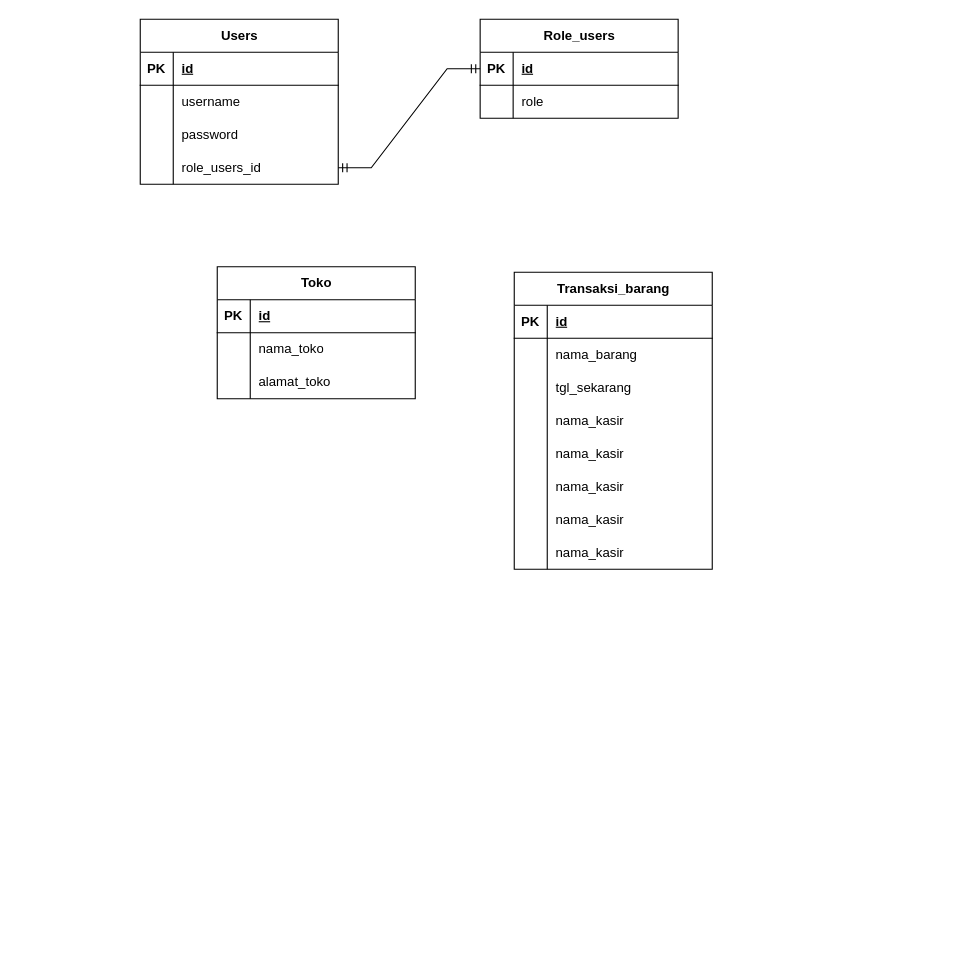
Before: Untitled Diagram.drawio in haturnuhun/learngit, a draw.io diagram. Source tidied: cells renumbered, new cells numbered last; positions are measured from the earlier drawing's top-left corner, leaving out a move shared by most shapes. Both pictures are drawn from the tidied source at 110%, with x=0, y=0 at pixel (140, 19).
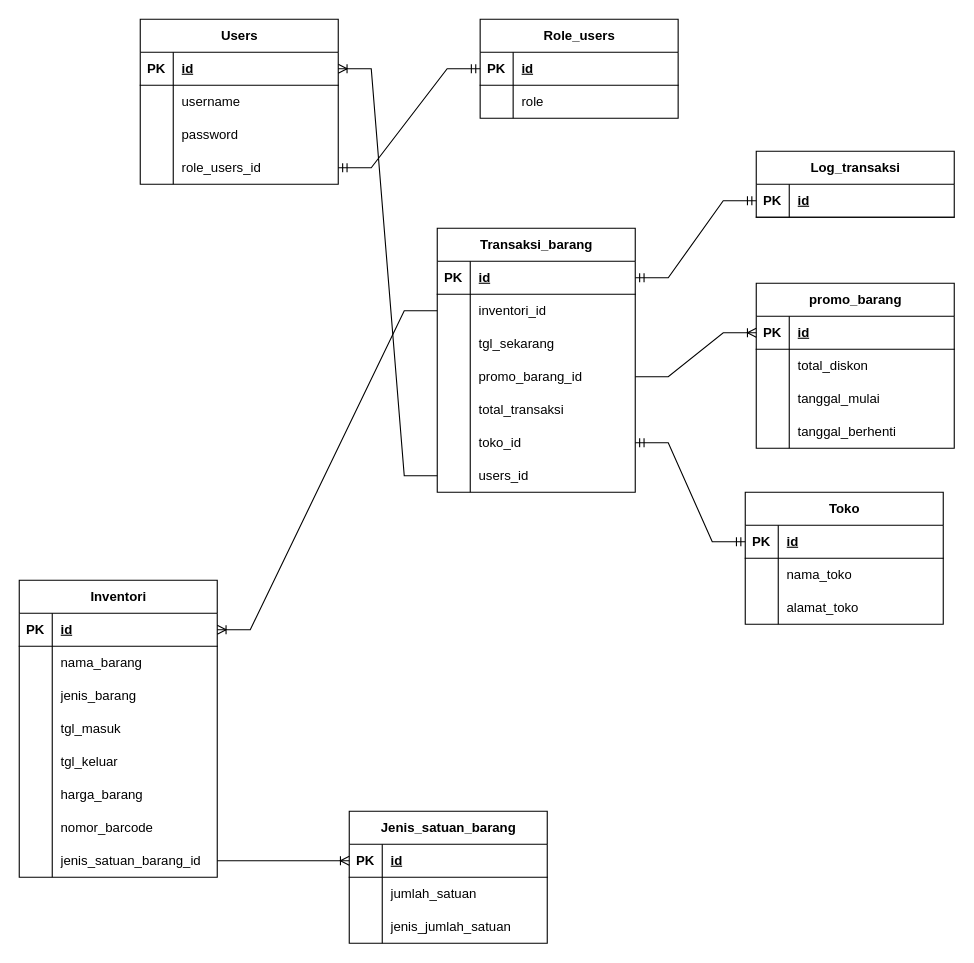
After the change.

Unchanged cells that the change refers to:
```xml
<mxCell id="3" style="shape=tableRow;horizontal=0;startSize=0;swimlaneHead=0;swimlaneBody=0;fillColor=none;points=[[0,0.5],[1,0.5]];portConstraint=eastwest;top=0;left=0;right=0;bottom=1;" parent="2" vertex="1">
  <mxGeometry y="30" width="180" height="30" as="geometry" />
</mxCell>
<mxCell id="23" style="shape=tableRow;horizontal=0;startSize=0;swimlaneHead=0;swimlaneBody=0;fillColor=none;points=[[0,0.5],[1,0.5]];portConstraint=eastwest;top=0;left=0;right=0;bottom=1;" parent="22" vertex="1">
  <mxGeometry y="30" width="180" height="30" as="geometry" />
</mxCell>
<mxCell id="34" style="shape=tableRow;horizontal=0;startSize=0;swimlaneHead=0;swimlaneBody=0;fillColor=none;points=[[0,0.5],[1,0.5]];portConstraint=eastwest;top=0;left=0;right=0;bottom=1;" parent="33" vertex="1">
  <mxGeometry y="30" width="180" height="30" as="geometry" />
</mxCell>
<mxCell id="37" style="shape=tableRow;horizontal=0;startSize=0;swimlaneHead=0;swimlaneBody=0;fillColor=none;points=[[0,0.5],[1,0.5]];portConstraint=eastwest;top=0;left=0;right=0;bottom=0;" parent="33" vertex="1">
  <mxGeometry y="60" width="180" height="30" as="geometry" />
</mxCell>
```

Diff of the diagram source:
```diff
@@
     <mxCell id="22" value="Toko" style="shape=table;startSize=30;childLayout=tableLayout;rowLines=0;fontStyle=1;align=center;html=1;" parent="1" vertex="1">
-      <mxGeometry x="70" y="225" width="180" height="120" as="geometry" />
+      <mxGeometry x="550" y="430" width="180" height="120" as="geometry" />
     </mxCell>
@@
     <mxCell id="33" value="Transaksi_barang" style="shape=table;startSize=30;childLayout=tableLayout;rowLines=0;fontStyle=1;align=center;html=1;" parent="1" vertex="1">
-      <mxGeometry x="340" y="230" width="180" height="270" as="geometry" />
+      <mxGeometry x="270" y="190" width="180" height="240" as="geometry" />
     </mxCell>
@@
-    <mxCell id="39" value="nama_barang" style="shape=partialRectangle;fillColor=none;top=0;left=0;bottom=0;right=0;align=left;spacingLeft=6;overflow=hidden;whiteSpace=wrap;html=1;" parent="37" vertex="1">
+    <mxCell id="39" value="inventori_id" style="shape=partialRectangle;fillColor=none;top=0;left=0;bottom=0;right=0;align=left;spacingLeft=6;overflow=hidden;whiteSpace=wrap;html=1;" parent="37" vertex="1">
       <mxGeometry x="30" width="150" height="30" as="geometry" />
     </mxCell>
@@
-    <mxCell id="43" style="shape=tableRow;horizontal=0;startSize=0;swimlaneHead=0;swimlaneBody=0;fillColor=none;top=0;left=0;right=0;bottom=0;" parent="33" vertex="1">
-      <mxGeometry y="120" width="180" height="30" as="geometry" />
-    </mxCell>
-    <mxCell id="44" style="shape=partialRectangle;fillColor=none;top=0;left=0;bottom=0;right=0;overflow=hidden;whiteSpace=wrap;html=1;" parent="43" vertex="1">
-      <mxGeometry width="30" height="30" as="geometry" />
-    </mxCell>
-    <mxCell id="45" value="nama_kasir" style="shape=partialRectangle;fillColor=none;top=0;left=0;bottom=0;right=0;align=left;spacingLeft=6;overflow=hidden;whiteSpace=wrap;html=1;" parent="43" vertex="1">
-      <mxGeometry x="30" width="150" height="30" as="geometry" />
-    </mxCell>
     <mxCell id="46" style="shape=tableRow;horizontal=0;startSize=0;swimlaneHead=0;swimlaneBody=0;fillColor=none;points=[[0,0.5],[1,0.5]];portConstraint=eastwest;top=0;left=0;right=0;bottom=0;" parent="33" vertex="1">
-      <mxGeometry y="150" width="180" height="30" as="geometry" />
+      <mxGeometry y="120" width="180" height="30" as="geometry" />
     </mxCell>
@@
-    <mxCell id="48" value="nama_kasir" style="shape=partialRectangle;fillColor=none;top=0;left=0;bottom=0;right=0;align=left;spacingLeft=6;overflow=hidden;whiteSpace=wrap;html=1;" parent="46" vertex="1">
+    <mxCell id="48" value="promo_barang_id" style="shape=partialRectangle;fillColor=none;top=0;left=0;bottom=0;right=0;align=left;spacingLeft=6;overflow=hidden;whiteSpace=wrap;html=1;" parent="46" vertex="1">
       <mxGeometry x="30" width="150" height="30" as="geometry" />
     </mxCell>
-    <mxCell id="49" style="shape=tableRow;horizontal=0;startSize=0;swimlaneHead=0;swimlaneBody=0;fillColor=none;top=0;left=0;right=0;bottom=0;" parent="33" vertex="1">
-      <mxGeometry y="180" width="180" height="30" as="geometry" />
-    </mxCell>
-    <mxCell id="50" style="shape=partialRectangle;fillColor=none;top=0;left=0;bottom=0;right=0;overflow=hidden;whiteSpace=wrap;html=1;" parent="49" vertex="1">
-      <mxGeometry width="30" height="30" as="geometry" />
-    </mxCell>
-    <mxCell id="51" value="nama_kasir" style="shape=partialRectangle;fillColor=none;top=0;left=0;bottom=0;right=0;align=left;spacingLeft=6;overflow=hidden;whiteSpace=wrap;html=1;" parent="49" vertex="1">
-      <mxGeometry x="30" width="150" height="30" as="geometry" />
-    </mxCell>
     <mxCell id="52" style="shape=tableRow;horizontal=0;startSize=0;swimlaneHead=0;swimlaneBody=0;fillColor=none;top=0;left=0;right=0;bottom=0;" parent="33" vertex="1">
-      <mxGeometry y="210" width="180" height="30" as="geometry" />
+      <mxGeometry y="150" width="180" height="30" as="geometry" />
     </mxCell>
@@
-    <mxCell id="54" value="nama_kasir" style="shape=partialRectangle;fillColor=none;top=0;left=0;bottom=0;right=0;align=left;spacingLeft=6;overflow=hidden;whiteSpace=wrap;html=1;" parent="52" vertex="1">
+    <mxCell id="54" value="total_transaksi" style="shape=partialRectangle;fillColor=none;top=0;left=0;bottom=0;right=0;align=left;spacingLeft=6;overflow=hidden;whiteSpace=wrap;html=1;" parent="52" vertex="1">
       <mxGeometry x="30" width="150" height="30" as="geometry" />
     </mxCell>
+    <mxCell id="58" style="shape=tableRow;horizontal=0;startSize=0;swimlaneHead=0;swimlaneBody=0;fillColor=none;points=[[0,0.5],[1,0.5]];portConstraint=eastwest;top=0;left=0;right=0;bottom=0;" parent="33" vertex="1">
+      <mxGeometry y="180" width="180" height="30" as="geometry" />
+    </mxCell>
+    <mxCell id="59" style="shape=partialRectangle;fillColor=none;top=0;left=0;bottom=0;right=0;overflow=hidden;whiteSpace=wrap;html=1;" parent="58" vertex="1">
+      <mxGeometry width="30" height="30" as="geometry" />
+    </mxCell>
+    <mxCell id="60" value="toko_id" style="shape=partialRectangle;fillColor=none;top=0;left=0;bottom=0;right=0;align=left;spacingLeft=6;overflow=hidden;whiteSpace=wrap;html=1;" parent="58" vertex="1">
+      <mxGeometry x="30" width="150" height="30" as="geometry" />
+    </mxCell>
+    <mxCell id="61" style="shape=tableRow;horizontal=0;startSize=0;swimlaneHead=0;swimlaneBody=0;fillColor=none;points=[[0,0.5],[1,0.5]];portConstraint=eastwest;top=0;left=0;right=0;bottom=0;" parent="33" vertex="1">
+      <mxGeometry y="210" width="180" height="30" as="geometry" />
+    </mxCell>
+    <mxCell id="62" style="shape=partialRectangle;fillColor=none;top=0;left=0;bottom=0;right=0;overflow=hidden;whiteSpace=wrap;html=1;" parent="61" vertex="1">
+      <mxGeometry width="30" height="30" as="geometry" />
+    </mxCell>
+    <mxCell id="63" value="users_id" style="shape=partialRectangle;fillColor=none;top=0;left=0;bottom=0;right=0;align=left;spacingLeft=6;overflow=hidden;whiteSpace=wrap;html=1;" parent="61" vertex="1">
+      <mxGeometry x="30" width="150" height="30" as="geometry" />
+    </mxCell>
+    <mxCell id="64" style="edgeStyle=entityRelationEdgeStyle;fontSize=12;html=1;endArrow=ERmandOne;startArrow=ERmandOne;rounded=0;" parent="1" edge="1" source="23" target="58">
+      <mxGeometry relative="1" as="geometry" />
+    </mxCell>
+    <mxCell id="65" value="Inventori" style="shape=table;startSize=30;childLayout=tableLayout;rowLines=0;fontStyle=1;align=center;html=1;" parent="1" vertex="1">
+      <mxGeometry x="-110" y="510" width="180" height="270" as="geometry" />
+    </mxCell>
+    <mxCell id="66" style="shape=tableRow;horizontal=0;startSize=0;swimlaneHead=0;swimlaneBody=0;fillColor=none;points=[[0,0.5],[1,0.5]];portConstraint=eastwest;top=0;left=0;right=0;bottom=1;" parent="65" vertex="1">
+      <mxGeometry y="30" width="180" height="30" as="geometry" />
+    </mxCell>
+    <mxCell id="67" value="PK" style="shape=partialRectangle;fillColor=none;top=0;left=0;bottom=0;right=0;fontStyle=1;overflow=hidden;whiteSpace=wrap;html=1;" parent="66" vertex="1">
+      <mxGeometry width="30" height="30" as="geometry" />
+    </mxCell>
+    <mxCell id="68" value="id" style="shape=partialRectangle;fillColor=none;top=0;left=0;bottom=0;right=0;align=left;spacingLeft=6;fontStyle=5;overflow=hidden;whiteSpace=wrap;html=1;" parent="66" vertex="1">
+      <mxGeometry x="30" width="150" height="30" as="geometry" />
+    </mxCell>
+    <mxCell id="69" style="shape=tableRow;horizontal=0;startSize=0;swimlaneHead=0;swimlaneBody=0;fillColor=none;top=0;left=0;right=0;bottom=0;" parent="65" vertex="1">
+      <mxGeometry y="60" width="180" height="30" as="geometry" />
+    </mxCell>
+    <mxCell id="70" style="shape=partialRectangle;fillColor=none;top=0;left=0;bottom=0;right=0;overflow=hidden;whiteSpace=wrap;html=1;" parent="69" vertex="1">
+      <mxGeometry width="30" height="30" as="geometry" />
+    </mxCell>
+    <mxCell id="71" value="nama_barang" style="shape=partialRectangle;fillColor=none;top=0;left=0;bottom=0;right=0;align=left;spacingLeft=6;overflow=hidden;whiteSpace=wrap;html=1;" parent="69" vertex="1">
+      <mxGeometry x="30" width="150" height="30" as="geometry" />
+    </mxCell>
+    <mxCell id="72" style="shape=tableRow;horizontal=0;startSize=0;swimlaneHead=0;swimlaneBody=0;fillColor=none;top=0;left=0;right=0;bottom=0;" parent="65" vertex="1">
+      <mxGeometry y="90" width="180" height="30" as="geometry" />
+    </mxCell>
+    <mxCell id="73" style="shape=partialRectangle;fillColor=none;top=0;left=0;bottom=0;right=0;overflow=hidden;whiteSpace=wrap;html=1;" parent="72" vertex="1">
+      <mxGeometry width="30" height="30" as="geometry" />
+    </mxCell>
+    <mxCell id="74" value="jenis_barang" style="shape=partialRectangle;fillColor=none;top=0;left=0;bottom=0;right=0;align=left;spacingLeft=6;overflow=hidden;whiteSpace=wrap;html=1;" parent="72" vertex="1">
+      <mxGeometry x="30" width="150" height="30" as="geometry" />
+    </mxCell>
+    <mxCell id="75" style="shape=tableRow;horizontal=0;startSize=0;swimlaneHead=0;swimlaneBody=0;fillColor=none;top=0;left=0;right=0;bottom=0;" parent="65" vertex="1">
+      <mxGeometry y="120" width="180" height="30" as="geometry" />
+    </mxCell>
+    <mxCell id="76" style="shape=partialRectangle;fillColor=none;top=0;left=0;bottom=0;right=0;overflow=hidden;whiteSpace=wrap;html=1;" parent="75" vertex="1">
+      <mxGeometry width="30" height="30" as="geometry" />
+    </mxCell>
+    <mxCell id="77" value="tgl_masuk" style="shape=partialRectangle;fillColor=none;top=0;left=0;bottom=0;right=0;align=left;spacingLeft=6;overflow=hidden;whiteSpace=wrap;html=1;" parent="75" vertex="1">
+      <mxGeometry x="30" width="150" height="30" as="geometry" />
+    </mxCell>
+    <mxCell id="78" style="shape=tableRow;horizontal=0;startSize=0;swimlaneHead=0;swimlaneBody=0;fillColor=none;top=0;left=0;right=0;bottom=0;" parent="65" vertex="1">
+      <mxGeometry y="150" width="180" height="30" as="geometry" />
+    </mxCell>
+    <mxCell id="79" style="shape=partialRectangle;fillColor=none;top=0;left=0;bottom=0;right=0;overflow=hidden;whiteSpace=wrap;html=1;" parent="78" vertex="1">
+      <mxGeometry width="30" height="30" as="geometry" />
+    </mxCell>
+    <mxCell id="80" value="tgl_keluar" style="shape=partialRectangle;fillColor=none;top=0;left=0;bottom=0;right=0;align=left;spacingLeft=6;overflow=hidden;whiteSpace=wrap;html=1;" parent="78" vertex="1">
+      <mxGeometry x="30" width="150" height="30" as="geometry" />
+    </mxCell>
+    <mxCell id="81" style="shape=tableRow;horizontal=0;startSize=0;swimlaneHead=0;swimlaneBody=0;fillColor=none;top=0;left=0;right=0;bottom=0;" parent="65" vertex="1">
+      <mxGeometry y="180" width="180" height="30" as="geometry" />
+    </mxCell>
+    <mxCell id="82" style="shape=partialRectangle;fillColor=none;top=0;left=0;bottom=0;right=0;overflow=hidden;whiteSpace=wrap;html=1;" parent="81" vertex="1">
+      <mxGeometry width="30" height="30" as="geometry" />
+    </mxCell>
+    <mxCell id="83" value="harga_barang" style="shape=partialRectangle;fillColor=none;top=0;left=0;bottom=0;right=0;align=left;spacingLeft=6;overflow=hidden;whiteSpace=wrap;html=1;" parent="81" vertex="1">
+      <mxGeometry x="30" width="150" height="30" as="geometry" />
+    </mxCell>
+    <mxCell id="84" style="shape=tableRow;horizontal=0;startSize=0;swimlaneHead=0;swimlaneBody=0;fillColor=none;top=0;left=0;right=0;bottom=0;" parent="65" vertex="1">
+      <mxGeometry y="210" width="180" height="30" as="geometry" />
+    </mxCell>
+    <mxCell id="85" style="shape=partialRectangle;fillColor=none;top=0;left=0;bottom=0;right=0;overflow=hidden;whiteSpace=wrap;html=1;" parent="84" vertex="1">
+      <mxGeometry width="30" height="30" as="geometry" />
+    </mxCell>
+    <mxCell id="86" value="nomor_barcode" style="shape=partialRectangle;fillColor=none;top=0;left=0;bottom=0;right=0;align=left;spacingLeft=6;overflow=hidden;whiteSpace=wrap;html=1;" parent="84" vertex="1">
+      <mxGeometry x="30" width="150" height="30" as="geometry" />
+    </mxCell>
-    <mxCell id="55" style="shape=tableRow;horizontal=0;startSize=0;swimlaneHead=0;swimlaneBody=0;fillColor=none;points=[[0,0.5],[1,0.5]];portConstraint=eastwest;top=0;left=0;right=0;bottom=0;" parent="33" vertex="1">
+    <mxCell id="55" style="shape=tableRow;horizontal=0;startSize=0;swimlaneHead=0;swimlaneBody=0;fillColor=none;points=[[0,0.5],[1,0.5]];portConstraint=eastwest;top=0;left=0;right=0;bottom=0;" parent="65" vertex="1">
       <mxGeometry y="240" width="180" height="30" as="geometry" />
     </mxCell>
-    <mxCell id="56" style="shape=partialRectangle;fillColor=none;top=0;left=0;bottom=0;right=0;overflow=hidden;whiteSpace=wrap;html=1;" parent="55" vertex="1">
-      <mxGeometry width="30" height="30" as="geometry" />
-    </mxCell>
-    <mxCell id="57" value="nama_kasir" style="shape=partialRectangle;fillColor=none;top=0;left=0;bottom=0;right=0;align=left;spacingLeft=6;overflow=hidden;whiteSpace=wrap;html=1;" parent="55" vertex="1">
-      <mxGeometry x="30" width="150" height="30" as="geometry" />
-    </mxCell>
+    <mxCell id="87" style="shape=partialRectangle;fillColor=none;top=0;left=0;bottom=0;right=0;overflow=hidden;whiteSpace=wrap;html=1;" parent="55" vertex="1">
+      <mxGeometry width="30" height="30" as="geometry" />
+    </mxCell>
+    <mxCell id="88" value="jenis_satuan_barang_id" style="shape=partialRectangle;fillColor=none;top=0;left=0;bottom=0;right=0;align=left;spacingLeft=6;overflow=hidden;whiteSpace=wrap;html=1;" parent="55" vertex="1">
+      <mxGeometry x="30" width="150" height="30" as="geometry" />
+    </mxCell>
+    <mxCell id="89" value="Jenis_satuan_barang" style="shape=table;startSize=30;childLayout=tableLayout;rowLines=0;fontStyle=1;align=center;html=1;" parent="1" vertex="1">
+      <mxGeometry x="190" y="720" width="180" height="120" as="geometry" />
+    </mxCell>
+    <mxCell id="90" style="shape=tableRow;horizontal=0;startSize=0;swimlaneHead=0;swimlaneBody=0;fillColor=none;points=[[0,0.5],[1,0.5]];portConstraint=eastwest;top=0;left=0;right=0;bottom=1;" parent="89" vertex="1">
+      <mxGeometry y="30" width="180" height="30" as="geometry" />
+    </mxCell>
+    <mxCell id="91" value="PK" style="shape=partialRectangle;fillColor=none;top=0;left=0;bottom=0;right=0;fontStyle=1;overflow=hidden;whiteSpace=wrap;html=1;" parent="90" vertex="1">
+      <mxGeometry width="30" height="30" as="geometry" />
+    </mxCell>
+    <mxCell id="92" value="id" style="shape=partialRectangle;fillColor=none;top=0;left=0;bottom=0;right=0;align=left;spacingLeft=6;fontStyle=5;overflow=hidden;whiteSpace=wrap;html=1;" parent="90" vertex="1">
+      <mxGeometry x="30" width="150" height="30" as="geometry" />
+    </mxCell>
+    <mxCell id="93" style="shape=tableRow;horizontal=0;startSize=0;swimlaneHead=0;swimlaneBody=0;fillColor=none;top=0;left=0;right=0;bottom=0;" parent="89" vertex="1">
+      <mxGeometry y="60" width="180" height="30" as="geometry" />
+    </mxCell>
+    <mxCell id="94" style="shape=partialRectangle;fillColor=none;top=0;left=0;bottom=0;right=0;overflow=hidden;whiteSpace=wrap;html=1;" parent="93" vertex="1">
+      <mxGeometry width="30" height="30" as="geometry" />
+    </mxCell>
+    <mxCell id="95" value="jumlah_satuan" style="shape=partialRectangle;fillColor=none;top=0;left=0;bottom=0;right=0;align=left;spacingLeft=6;overflow=hidden;whiteSpace=wrap;html=1;" parent="93" vertex="1">
+      <mxGeometry x="30" width="150" height="30" as="geometry" />
+    </mxCell>
+    <mxCell id="96" style="shape=tableRow;horizontal=0;startSize=0;swimlaneHead=0;swimlaneBody=0;fillColor=none;top=0;left=0;right=0;bottom=0;" parent="89" vertex="1">
+      <mxGeometry y="90" width="180" height="30" as="geometry" />
+    </mxCell>
+    <mxCell id="97" style="shape=partialRectangle;fillColor=none;top=0;left=0;bottom=0;right=0;overflow=hidden;whiteSpace=wrap;html=1;" parent="96" vertex="1">
+      <mxGeometry width="30" height="30" as="geometry" />
+    </mxCell>
+    <mxCell id="98" value="jenis_jumlah_satuan" style="shape=partialRectangle;fillColor=none;top=0;left=0;bottom=0;right=0;align=left;spacingLeft=6;overflow=hidden;whiteSpace=wrap;html=1;" parent="96" vertex="1">
+      <mxGeometry x="30" width="150" height="30" as="geometry" />
+    </mxCell>
+    <mxCell id="99" style="edgeStyle=entityRelationEdgeStyle;fontSize=12;html=1;endArrow=ERoneToMany;rounded=0;" parent="1" edge="1" source="55" target="90">
+      <mxGeometry relative="1" as="geometry" />
+    </mxCell>
+    <mxCell id="100" value="promo_barang" style="shape=table;startSize=30;childLayout=tableLayout;rowLines=0;fontStyle=1;align=center;html=1;" parent="1" vertex="1">
+      <mxGeometry x="560" y="240" width="180" height="150" as="geometry" />
+    </mxCell>
+    <mxCell id="101" style="shape=tableRow;horizontal=0;startSize=0;swimlaneHead=0;swimlaneBody=0;fillColor=none;points=[[0,0.5],[1,0.5]];portConstraint=eastwest;top=0;left=0;right=0;bottom=1;" parent="100" vertex="1">
+      <mxGeometry y="30" width="180" height="30" as="geometry" />
+    </mxCell>
+    <mxCell id="102" value="PK" style="shape=partialRectangle;fillColor=none;top=0;left=0;bottom=0;right=0;fontStyle=1;overflow=hidden;whiteSpace=wrap;html=1;" parent="101" vertex="1">
+      <mxGeometry width="30" height="30" as="geometry" />
+    </mxCell>
+    <mxCell id="103" value="id" style="shape=partialRectangle;fillColor=none;top=0;left=0;bottom=0;right=0;align=left;spacingLeft=6;fontStyle=5;overflow=hidden;whiteSpace=wrap;html=1;" parent="101" vertex="1">
+      <mxGeometry x="30" width="150" height="30" as="geometry" />
+    </mxCell>
+    <mxCell id="104" style="shape=tableRow;horizontal=0;startSize=0;swimlaneHead=0;swimlaneBody=0;fillColor=none;top=0;left=0;right=0;bottom=0;" parent="100" vertex="1">
+      <mxGeometry y="60" width="180" height="30" as="geometry" />
+    </mxCell>
+    <mxCell id="105" style="shape=partialRectangle;fillColor=none;top=0;left=0;bottom=0;right=0;overflow=hidden;whiteSpace=wrap;html=1;" parent="104" vertex="1">
+      <mxGeometry width="30" height="30" as="geometry" />
+    </mxCell>
+    <mxCell id="106" value="total_diskon" style="shape=partialRectangle;fillColor=none;top=0;left=0;bottom=0;right=0;align=left;spacingLeft=6;overflow=hidden;whiteSpace=wrap;html=1;" parent="104" vertex="1">
+      <mxGeometry x="30" width="150" height="30" as="geometry" />
+    </mxCell>
+    <mxCell id="107" style="shape=tableRow;horizontal=0;startSize=0;swimlaneHead=0;swimlaneBody=0;fillColor=none;top=0;left=0;right=0;bottom=0;" parent="100" vertex="1">
+      <mxGeometry y="90" width="180" height="30" as="geometry" />
+    </mxCell>
+    <mxCell id="108" style="shape=partialRectangle;fillColor=none;top=0;left=0;bottom=0;right=0;overflow=hidden;whiteSpace=wrap;html=1;" parent="107" vertex="1">
+      <mxGeometry width="30" height="30" as="geometry" />
+    </mxCell>
+    <mxCell id="109" value="tanggal_mulai" style="shape=partialRectangle;fillColor=none;top=0;left=0;bottom=0;right=0;align=left;spacingLeft=6;overflow=hidden;whiteSpace=wrap;html=1;" parent="107" vertex="1">
+      <mxGeometry x="30" width="150" height="30" as="geometry" />
+    </mxCell>
+    <mxCell id="110" style="shape=tableRow;horizontal=0;startSize=0;swimlaneHead=0;swimlaneBody=0;fillColor=none;top=0;left=0;right=0;bottom=0;" parent="100" vertex="1">
+      <mxGeometry y="120" width="180" height="30" as="geometry" />
+    </mxCell>
+    <mxCell id="111" style="shape=partialRectangle;fillColor=none;top=0;left=0;bottom=0;right=0;overflow=hidden;whiteSpace=wrap;html=1;" parent="110" vertex="1">
+      <mxGeometry width="30" height="30" as="geometry" />
+    </mxCell>
+    <mxCell id="112" value="tanggal_berhenti" style="shape=partialRectangle;fillColor=none;top=0;left=0;bottom=0;right=0;align=left;spacingLeft=6;overflow=hidden;whiteSpace=wrap;html=1;" parent="110" vertex="1">
+      <mxGeometry x="30" width="150" height="30" as="geometry" />
+    </mxCell>
+    <mxCell id="113" style="edgeStyle=entityRelationEdgeStyle;fontSize=12;html=1;endArrow=ERoneToMany;rounded=0;" parent="1" edge="1" source="37" target="66">
+      <mxGeometry relative="1" as="geometry" />
+    </mxCell>
+    <mxCell id="114" style="edgeStyle=entityRelationEdgeStyle;fontSize=12;html=1;endArrow=ERoneToMany;rounded=0;exitX=1;exitY=0.5;exitDx=0;exitDy=0;" parent="1" edge="1" source="46" target="101">
+      <mxGeometry relative="1" as="geometry" />
+    </mxCell>
+    <mxCell id="115" style="edgeStyle=entityRelationEdgeStyle;fontSize=12;html=1;endArrow=ERoneToMany;rounded=0;" parent="1" edge="1" source="61" target="3">
+      <mxGeometry relative="1" as="geometry" />
+    </mxCell>
+    <mxCell id="116" value="Log_transaksi" style="shape=table;startSize=30;childLayout=tableLayout;rowLines=0;fontStyle=1;align=center;html=1;" parent="1" vertex="1">
+      <mxGeometry x="560" y="120" width="180" height="60" as="geometry" />
+    </mxCell>
+    <mxCell id="117" style="shape=tableRow;horizontal=0;startSize=0;swimlaneHead=0;swimlaneBody=0;fillColor=none;points=[[0,0.5],[1,0.5]];portConstraint=eastwest;top=0;left=0;right=0;bottom=1;" parent="116" vertex="1">
+      <mxGeometry y="30" width="180" height="30" as="geometry" />
+    </mxCell>
+    <mxCell id="118" value="PK" style="shape=partialRectangle;fillColor=none;top=0;left=0;bottom=0;right=0;fontStyle=1;overflow=hidden;whiteSpace=wrap;html=1;" parent="117" vertex="1">
+      <mxGeometry width="30" height="30" as="geometry" />
+    </mxCell>
+    <mxCell id="119" value="id" style="shape=partialRectangle;fillColor=none;top=0;left=0;bottom=0;right=0;align=left;spacingLeft=6;fontStyle=5;overflow=hidden;whiteSpace=wrap;html=1;" parent="117" vertex="1">
+      <mxGeometry x="30" width="150" height="30" as="geometry" />
+    </mxCell>
+    <mxCell id="120" style="edgeStyle=entityRelationEdgeStyle;fontSize=12;html=1;endArrow=ERmandOne;startArrow=ERmandOne;rounded=0;" parent="1" edge="1" source="117" target="34">
+      <mxGeometry relative="1" as="geometry" />
+    </mxCell>
```
